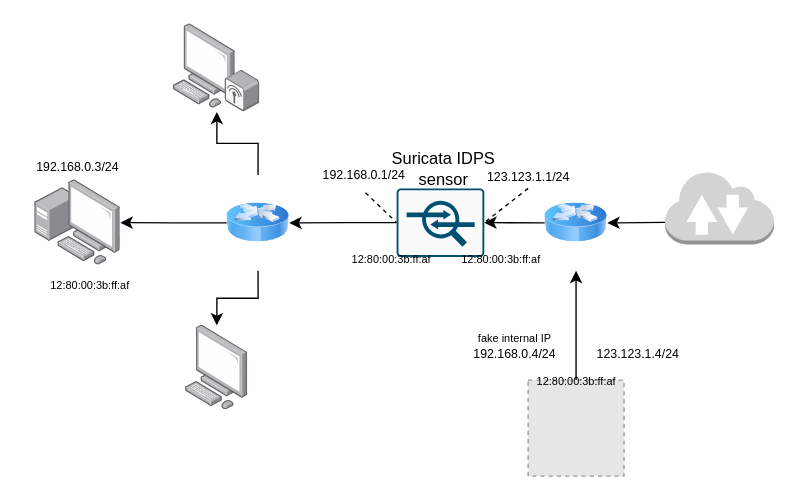
This is internet_security/network_topology_MACs.drawio from josura/university-sad, a draw.io file, before an edit. Source tidied: cells renumbered, new cells numbered last; positions are measured from the earlier drawing's top-left corner, leaving out a move shared by most shapes. Both pictures are drawn from the tidied source at 137%, with x=0, y=0 at pixel (22, 23). Pictures stored in the file or linked from it are replaced by grey dashed boxes.
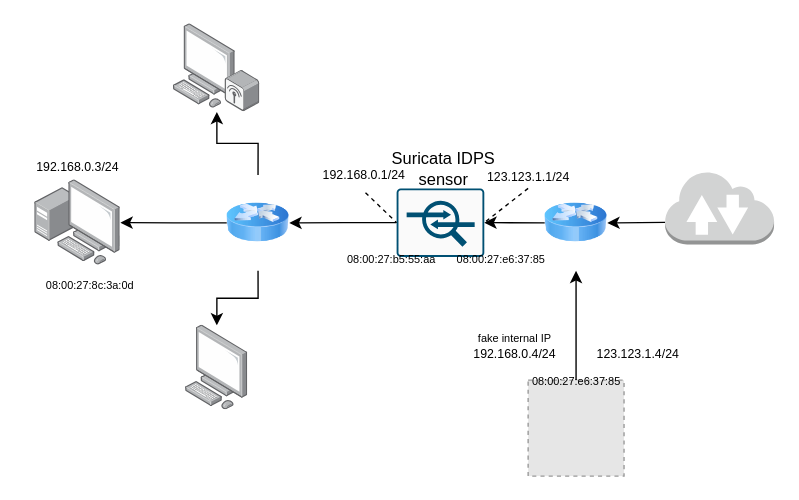
After the change.

Change to the diagram source:
```diff
@@
-    <mxCell id="26" value="&lt;font style=&quot;font-size: 8px&quot;&gt;12:80:00:3b:ff:af&lt;/font&gt;" style="text;html=1;align=center;verticalAlign=middle;" parent="1" vertex="1">
-      <mxGeometry x="364" y="250" width="80" height="20" as="geometry" />
+    <mxCell id="26" value="&lt;font style=&quot;font-size: 8px&quot;&gt;08:00:27:e6:37:85&lt;/font&gt;" style="text;html=1;align=center;verticalAlign=middle;" parent="1" vertex="1">
+      <mxGeometry x="359" y="250" width="90" height="20" as="geometry" />
     </mxCell>
-    <mxCell id="27" value="&lt;font style=&quot;font-size: 8px&quot;&gt;12:80:00:3b:ff:af&lt;/font&gt;" style="text;html=1;align=center;verticalAlign=middle;" parent="1" vertex="1">
-      <mxGeometry x="309" y="161" width="80" height="20" as="geometry" />
+    <mxCell id="27" value="&lt;font style=&quot;font-size: 8px&quot;&gt;08:00:27:e6:37:85&lt;/font&gt;" style="text;html=1;align=center;verticalAlign=middle;" parent="1" vertex="1">
+      <mxGeometry x="304" y="161" width="90" height="20" as="geometry" />
     </mxCell>
-    <mxCell id="28" value="&lt;font style=&quot;font-size: 8px&quot;&gt;12:80:00:3b:ff:af&lt;/font&gt;" style="text;html=1;align=center;verticalAlign=middle;" parent="1" vertex="1">
-      <mxGeometry x="229" y="161" width="80" height="20" as="geometry" />
+    <mxCell id="28" value="&lt;font style=&quot;font-size: 8px&quot;&gt;08:00:27:b5:55:aa&lt;/font&gt;" style="text;html=1;align=center;verticalAlign=middle;" parent="1" vertex="1">
+      <mxGeometry x="224" y="161" width="90" height="20" as="geometry" />
     </mxCell>
-    <mxCell id="29" value="&lt;font style=&quot;font-size: 8px&quot;&gt;12:80:00:3b:ff:af&lt;/font&gt;" style="text;html=1;align=center;verticalAlign=middle;" parent="1" vertex="1">
-      <mxGeometry x="9" y="180.2" width="80" height="20" as="geometry" />
+    <mxCell id="29" value="&lt;font style=&quot;font-size: 8px&quot;&gt;08:00:27:8c:3a:0d&lt;/font&gt;" style="text;html=1;align=center;verticalAlign=middle;" parent="1" vertex="1">
+      <mxGeometry x="4" y="180.2" width="90" height="20" as="geometry" />
     </mxCell>
```
